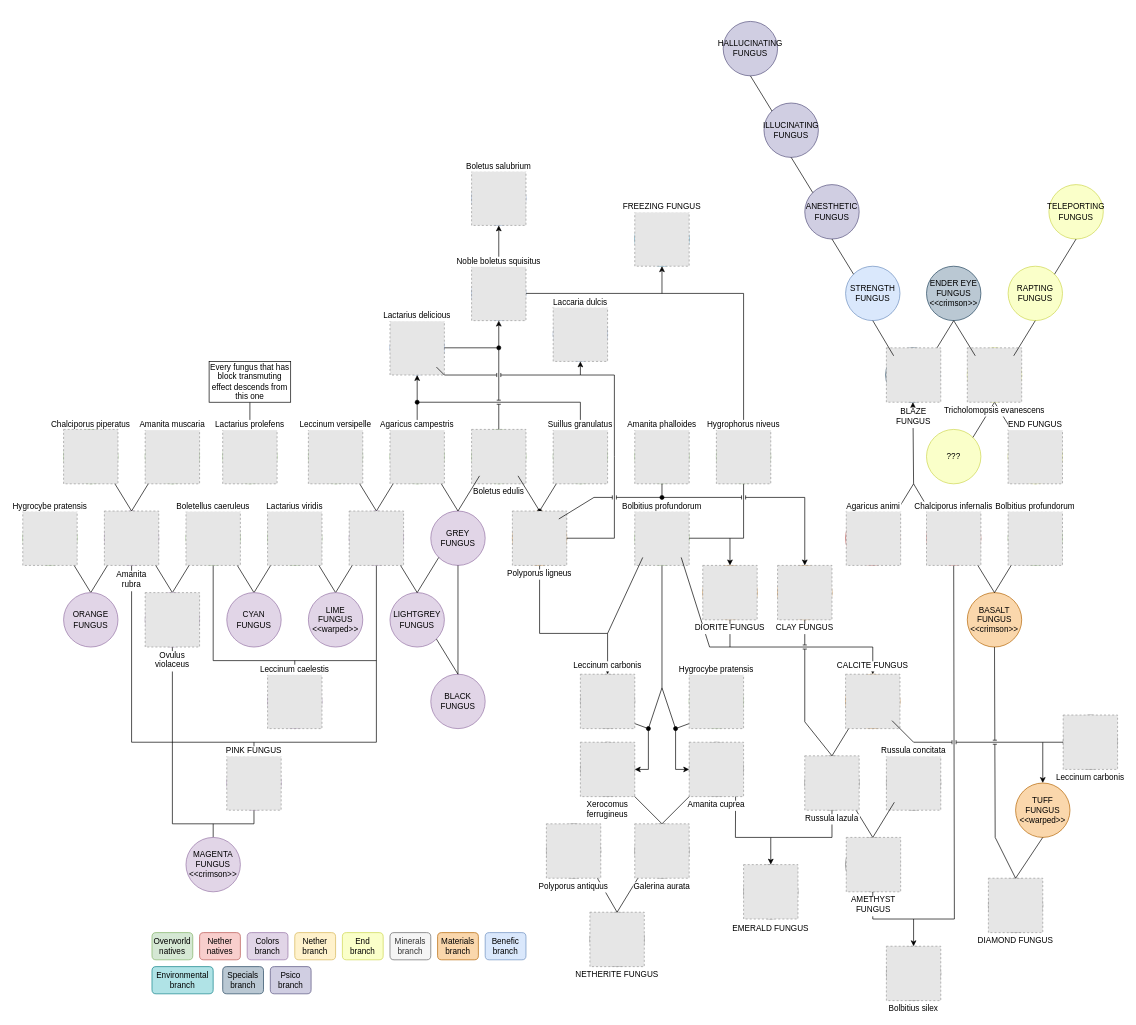
The draw.io diagram src/main/resources/data/mycologymod/mutations/mutations-diagram.drawio in SimoMett/MycologyMC, before the edit. Source tidied: cells renumbered, new cells numbered last; positions are measured from the earlier drawing's top-left corner, leaving out a move shared by most shapes. Both pictures are drawn from the tidied source at 68%, with x=0, y=0 at pixel (22, 21). Pictures stored in the file or linked from it are replaced by grey dashed boxes.
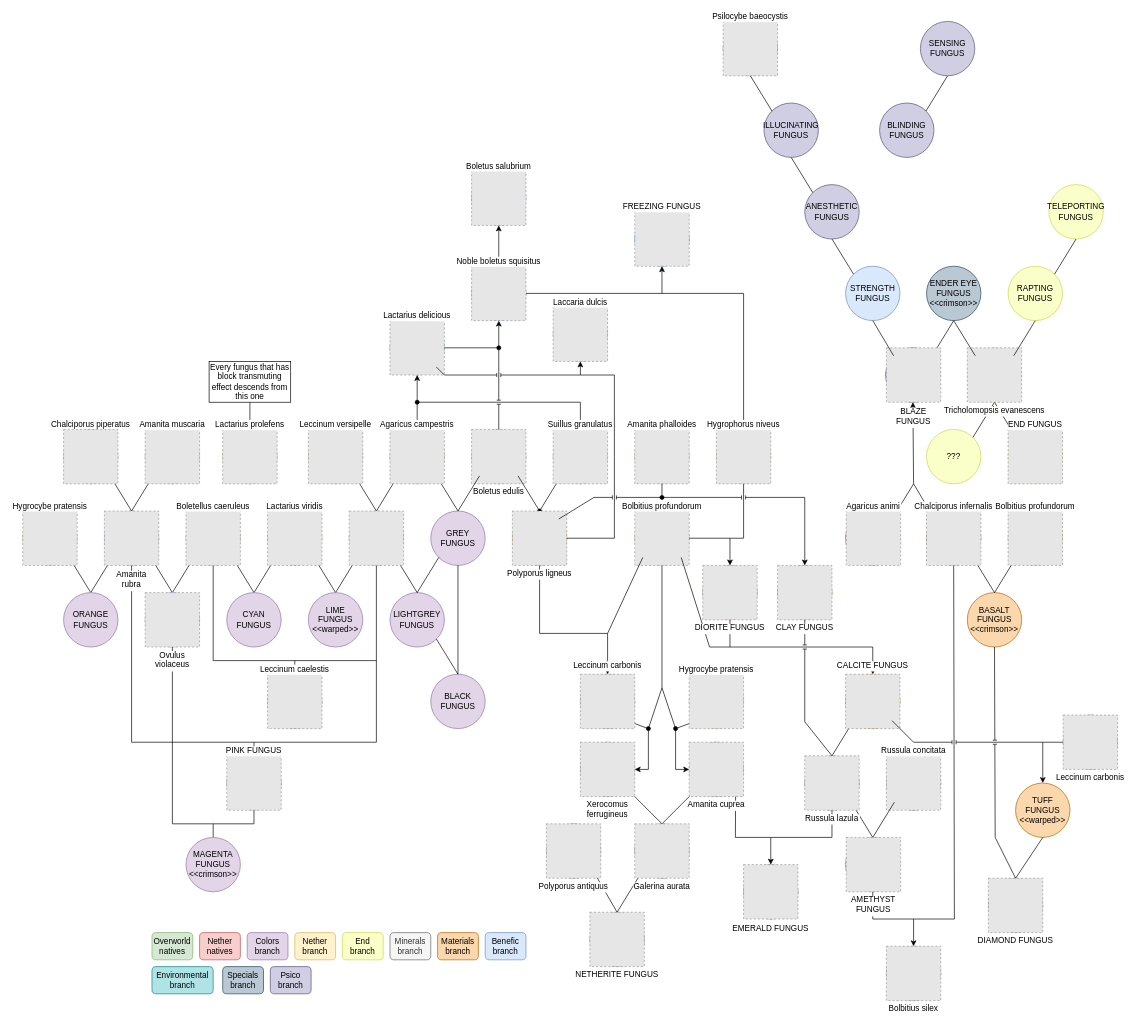
Above is the later version.

What changed in the source:
```diff
@@
-    <mxCell id="210" value="HALLUCINATING&lt;div&gt;&lt;div&gt;&lt;span style=&quot;background-color: initial;&quot;&gt;FUNGUS&lt;/span&gt;&lt;/div&gt;&lt;/div&gt;" style="ellipse;whiteSpace=wrap;html=1;fillColor=#d0cee2;strokeColor=#56517e;" parent="1" vertex="1">
+    <mxCell id="210" style="ellipse;whiteSpace=wrap;html=1;fillColor=#d0cee2;strokeColor=#56517e;" parent="1" vertex="1">
       <mxGeometry x="1030" width="80" height="80" as="geometry" />
     </mxCell>
@@
+    <mxCell id="214" value="Psilocybe baeocystis" style="fillColor=#E6E6E6;strokeColor=#999999;dashed=1;verticalLabelPosition=top;labelBackgroundColor=default;verticalAlign=bottom;spacing=0;labelPosition=center;align=center;" parent="1" vertex="1">
+      <mxGeometry x="1030" width="80" height="80" as="geometry" />
+    </mxCell>
+    <mxCell id="215" value="SENSING&lt;div&gt;FUNGUS&lt;/div&gt;" style="ellipse;whiteSpace=wrap;html=1;fillColor=#d0cee2;strokeColor=#56517e;" parent="1" vertex="1">
+      <mxGeometry x="1320" width="80" height="80" as="geometry" />
+    </mxCell>
+    <mxCell id="216" value="BLINDING&lt;div&gt;FUNGUS&lt;/div&gt;" style="ellipse;whiteSpace=wrap;html=1;fillColor=#d0cee2;strokeColor=#56517e;" parent="1" vertex="1">
+      <mxGeometry x="1260" y="120" width="80" height="80" as="geometry" />
+    </mxCell>
+    <mxCell id="217" style="endArrow=none;html=1;rounded=0;entryX=0.5;entryY=1;entryDx=0;entryDy=0;exitX=1;exitY=0;exitDx=0;exitDy=0;" parent="1" edge="1" source="216" target="215">
+      <mxGeometry relative="1" as="geometry" />
+    </mxCell>
```
